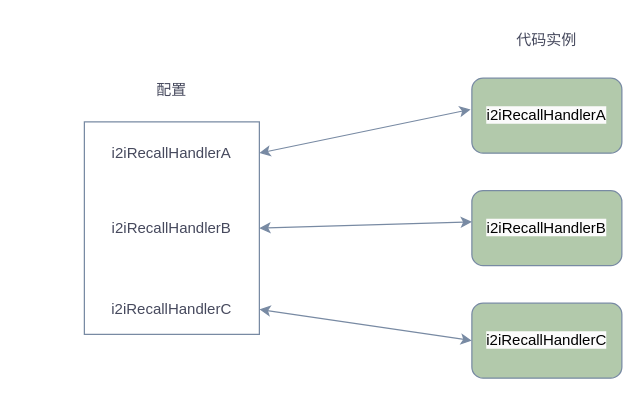
Above: push_new_recall_config.drawio in Silocean/diagrams (draw.io), before the change. Source tidied: cells renumbered, new cells numbered last; positions are measured from the earlier drawing's top-left corner, leaving out a move shared by most shapes. Both pictures are drawn from the tidied source at 125%, with x=0, y=0 at pixel (84, 21).
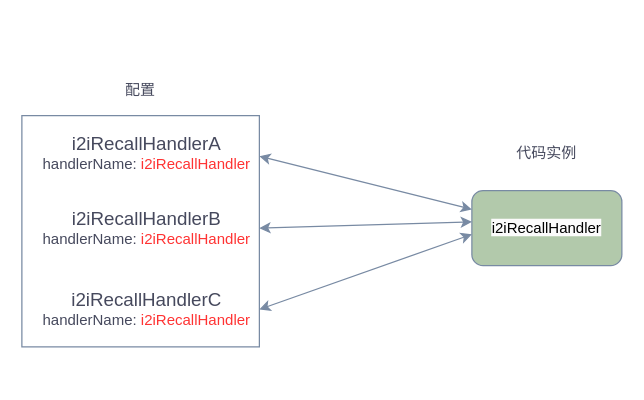
The same page after the edit.

The edit, as a diff of the source:
```diff
@@
 <mxGraphModel>
   <root>
     <mxCell id="0" />
     <mxCell id="1" parent="0" />
-    <mxCell id="2" value="i2iRecallHandlerA" style="text;html=1;strokeColor=none;fillColor=none;align=center;verticalAlign=middle;whiteSpace=wrap;rounded=0;labelBackgroundColor=none;fontColor=#46495D;" parent="1" vertex="1">
-      <mxGeometry y="90" width="140" height="30" as="geometry" />
+    <mxCell id="2" value="&lt;font style=&quot;font-size: 15px;&quot;&gt;i2iRecallHandlerA&lt;/font&gt;&lt;br&gt;handlerName:&amp;nbsp;&lt;font color=&quot;#ff3333&quot;&gt;i2iRecallHandler&lt;/font&gt;" style="text;html=1;strokeColor=none;fillColor=none;align=center;verticalAlign=middle;whiteSpace=wrap;rounded=0;labelBackgroundColor=none;fontColor=#46495D;" parent="1" vertex="1">
+      <mxGeometry x="-40" y="90" width="180" height="30" as="geometry" />
     </mxCell>
-    <mxCell id="3" value="i2iRecallHandlerB" style="text;html=1;strokeColor=none;fillColor=none;align=center;verticalAlign=middle;whiteSpace=wrap;rounded=0;labelBackgroundColor=none;fontColor=#46495D;" parent="1" vertex="1">
-      <mxGeometry y="150" width="140" height="30" as="geometry" />
-    </mxCell>
-    <mxCell id="4" value="i2iRecallHandlerC" style="text;html=1;strokeColor=none;fillColor=none;align=center;verticalAlign=middle;whiteSpace=wrap;rounded=0;labelBackgroundColor=none;fontColor=#46495D;" parent="1" vertex="1">
-      <mxGeometry y="215" width="140" height="30" as="geometry" />
-    </mxCell>
     <mxCell id="5" style="rounded=0;whiteSpace=wrap;html=1;fillColor=none;labelBackgroundColor=none;strokeColor=#788AA3;fontColor=#46495D;" parent="1" vertex="1">
-      <mxGeometry y="80" width="140" height="170" as="geometry" />
+      <mxGeometry x="-50" y="75" width="190" height="185" as="geometry" />
     </mxCell>
-    <mxCell id="6" value="&lt;span style=&quot;color: rgb(0, 0, 0); font-family: Helvetica; font-size: 12px; font-style: normal; font-variant-ligatures: normal; font-variant-caps: normal; font-weight: 400; letter-spacing: normal; orphans: 2; text-align: center; text-indent: 0px; text-transform: none; widows: 2; word-spacing: 0px; -webkit-text-stroke-width: 0px; background-color: rgb(251, 251, 251); text-decoration-thickness: initial; text-decoration-style: initial; text-decoration-color: initial; float: none; display: inline !important;&quot;&gt;i2iRecallHandlerA&lt;/span&gt;" style="rounded=1;whiteSpace=wrap;html=1;labelBackgroundColor=none;fillColor=#B2C9AB;strokeColor=#788AA3;fontColor=#46495D;" parent="1" vertex="1">
-      <mxGeometry x="310" y="45" width="120" height="60" as="geometry" />
-    </mxCell>
-    <mxCell id="7" value="&lt;span style=&quot;color: rgb(0, 0, 0); font-family: Helvetica; font-size: 12px; font-style: normal; font-variant-ligatures: normal; font-variant-caps: normal; font-weight: 400; letter-spacing: normal; orphans: 2; text-align: center; text-indent: 0px; text-transform: none; widows: 2; word-spacing: 0px; -webkit-text-stroke-width: 0px; background-color: rgb(251, 251, 251); text-decoration-thickness: initial; text-decoration-style: initial; text-decoration-color: initial; float: none; display: inline !important;&quot;&gt;i2iRecallHandlerB&lt;/span&gt;" style="rounded=1;whiteSpace=wrap;html=1;labelBackgroundColor=none;fillColor=#B2C9AB;strokeColor=#788AA3;fontColor=#46495D;" parent="1" vertex="1">
+    <mxCell id="7" value="&lt;span style=&quot;color: rgb(0, 0, 0); font-family: Helvetica; font-size: 12px; font-style: normal; font-variant-ligatures: normal; font-variant-caps: normal; font-weight: 400; letter-spacing: normal; orphans: 2; text-align: center; text-indent: 0px; text-transform: none; widows: 2; word-spacing: 0px; -webkit-text-stroke-width: 0px; background-color: rgb(251, 251, 251); text-decoration-thickness: initial; text-decoration-style: initial; text-decoration-color: initial; float: none; display: inline !important;&quot;&gt;i2iRecallHandler&lt;/span&gt;" style="rounded=1;whiteSpace=wrap;html=1;labelBackgroundColor=none;fillColor=#B2C9AB;strokeColor=#788AA3;fontColor=#46495D;" parent="1" vertex="1">
       <mxGeometry x="310" y="135" width="120" height="60" as="geometry" />
     </mxCell>
-    <mxCell id="8" value="&lt;span style=&quot;color: rgb(0, 0, 0); font-family: Helvetica; font-size: 12px; font-style: normal; font-variant-ligatures: normal; font-variant-caps: normal; font-weight: 400; letter-spacing: normal; orphans: 2; text-align: center; text-indent: 0px; text-transform: none; widows: 2; word-spacing: 0px; -webkit-text-stroke-width: 0px; background-color: rgb(251, 251, 251); text-decoration-thickness: initial; text-decoration-style: initial; text-decoration-color: initial; float: none; display: inline !important;&quot;&gt;i2iRecallHandlerC&lt;/span&gt;" style="rounded=1;whiteSpace=wrap;html=1;labelBackgroundColor=none;fillColor=#B2C9AB;strokeColor=#788AA3;fontColor=#46495D;" parent="1" vertex="1">
-      <mxGeometry x="310" y="225" width="120" height="60" as="geometry" />
-    </mxCell>
-    <mxCell id="9" style="endArrow=classic;startArrow=classic;html=1;rounded=0;exitX=1;exitY=0.5;exitDx=0;exitDy=0;labelBackgroundColor=none;strokeColor=#788AA3;fontColor=default;" parent="1" edge="1" source="2">
-      <mxGeometry relative="1" as="geometry">
-        <mxPoint x="309" y="70" as="targetPoint" />
-      </mxGeometry>
-    </mxCell>
-    <mxCell id="10" style="endArrow=classic;startArrow=classic;html=1;rounded=0;exitX=1;exitY=0.5;exitDx=0;exitDy=0;labelBackgroundColor=none;strokeColor=#788AA3;fontColor=default;" parent="1" edge="1" source="3">
+    <mxCell id="10" style="endArrow=classic;startArrow=classic;html=1;rounded=0;exitX=1;exitY=0.5;exitDx=0;exitDy=0;labelBackgroundColor=none;strokeColor=#788AA3;fontColor=default;" parent="1" edge="1">
       <mxGeometry relative="1" as="geometry">
+        <mxPoint x="140" y="165" as="sourcePoint" />
         <mxPoint x="310" y="160" as="targetPoint" />
       </mxGeometry>
     </mxCell>
-    <mxCell id="11" style="endArrow=classic;startArrow=classic;html=1;rounded=0;exitX=1;exitY=0.5;exitDx=0;exitDy=0;labelBackgroundColor=none;strokeColor=#788AA3;fontColor=default;entryX=0;entryY=0.5;entryDx=0;entryDy=0;" parent="1" edge="1" source="4" target="8">
-      <mxGeometry relative="1" as="geometry" />
+    <mxCell id="11" style="endArrow=classic;startArrow=classic;html=1;rounded=0;exitX=1;exitY=0.5;exitDx=0;exitDy=0;labelBackgroundColor=none;strokeColor=#788AA3;fontColor=default;entryX=0;entryY=0.583;entryDx=0;entryDy=0;entryPerimeter=0;" parent="1" edge="1" target="7">
+      <mxGeometry relative="1" as="geometry">
+        <mxPoint x="140" y="230" as="sourcePoint" />
+      </mxGeometry>
     </mxCell>
     <mxCell id="12" value="配置" style="text;html=1;strokeColor=none;fillColor=none;align=center;verticalAlign=middle;whiteSpace=wrap;rounded=0;labelBackgroundColor=none;fontColor=#46495D;" parent="1" vertex="1">
-      <mxGeometry x="40" y="40" width="60" height="30" as="geometry" />
+      <mxGeometry x="15" y="40" width="60" height="30" as="geometry" />
     </mxCell>
     <mxCell id="13" value="代码实例" style="text;html=1;strokeColor=none;fillColor=none;align=center;verticalAlign=middle;whiteSpace=wrap;rounded=0;labelBackgroundColor=none;fontColor=#46495D;" parent="1" vertex="1">
-      <mxGeometry x="340" width="60" height="30" as="geometry" />
+      <mxGeometry x="340" y="90" width="60" height="30" as="geometry" />
     </mxCell>
+    <mxCell id="14" style="endArrow=classic;startArrow=classic;html=1;rounded=0;exitX=1;exitY=0.5;exitDx=0;exitDy=0;labelBackgroundColor=none;strokeColor=#788AA3;fontColor=default;entryX=0;entryY=0.25;entryDx=0;entryDy=0;" parent="1" edge="1" target="7">
+      <mxGeometry relative="1" as="geometry">
+        <mxPoint x="140" y="107.5" as="sourcePoint" />
+      </mxGeometry>
+    </mxCell>
+    <mxCell id="15" value="&lt;font style=&quot;font-size: 15px;&quot;&gt;i2iRecallHandlerB&lt;/font&gt;&lt;br&gt;handlerName:&amp;nbsp;&lt;font color=&quot;#ff3333&quot;&gt;i2iRecallHandler&lt;/font&gt;" style="text;html=1;strokeColor=none;fillColor=none;align=center;verticalAlign=middle;whiteSpace=wrap;rounded=0;labelBackgroundColor=none;fontColor=#46495D;" parent="1" vertex="1">
+      <mxGeometry x="-40" y="150" width="180" height="30" as="geometry" />
+    </mxCell>
+    <mxCell id="16" value="&lt;font style=&quot;font-size: 15px;&quot;&gt;i2iRecallHandlerC&lt;/font&gt;&lt;br&gt;handlerName:&amp;nbsp;&lt;font color=&quot;#ff3333&quot;&gt;i2iRecallHandler&lt;/font&gt;" style="text;html=1;strokeColor=none;fillColor=none;align=center;verticalAlign=middle;whiteSpace=wrap;rounded=0;labelBackgroundColor=none;fontColor=#46495D;" parent="1" vertex="1">
+      <mxGeometry x="-40" y="215" width="180" height="30" as="geometry" />
+    </mxCell>
   </root>
 </mxGraphModel>
```
